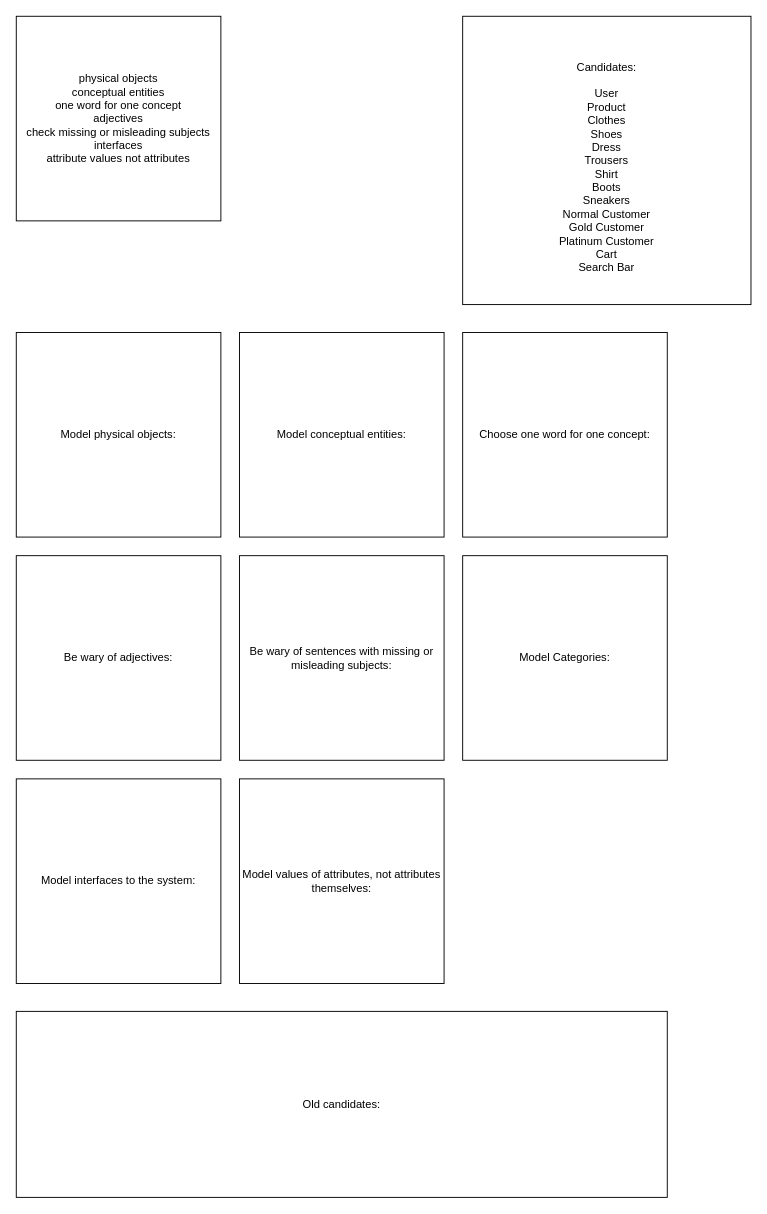
This is SoftCon2020_Assignment_6/ShoppingSW/RDDesign.drawio from HuberNicolas/swc-group38, a draw.io file, before an edit. Source tidied: cells renumbered, new cells numbered last; positions are measured from the earlier drawing's top-left corner, leaving out a move shared by most shapes. Both pictures are drawn from the tidied source at 93%, with x=0, y=0 at pixel (16, 16).
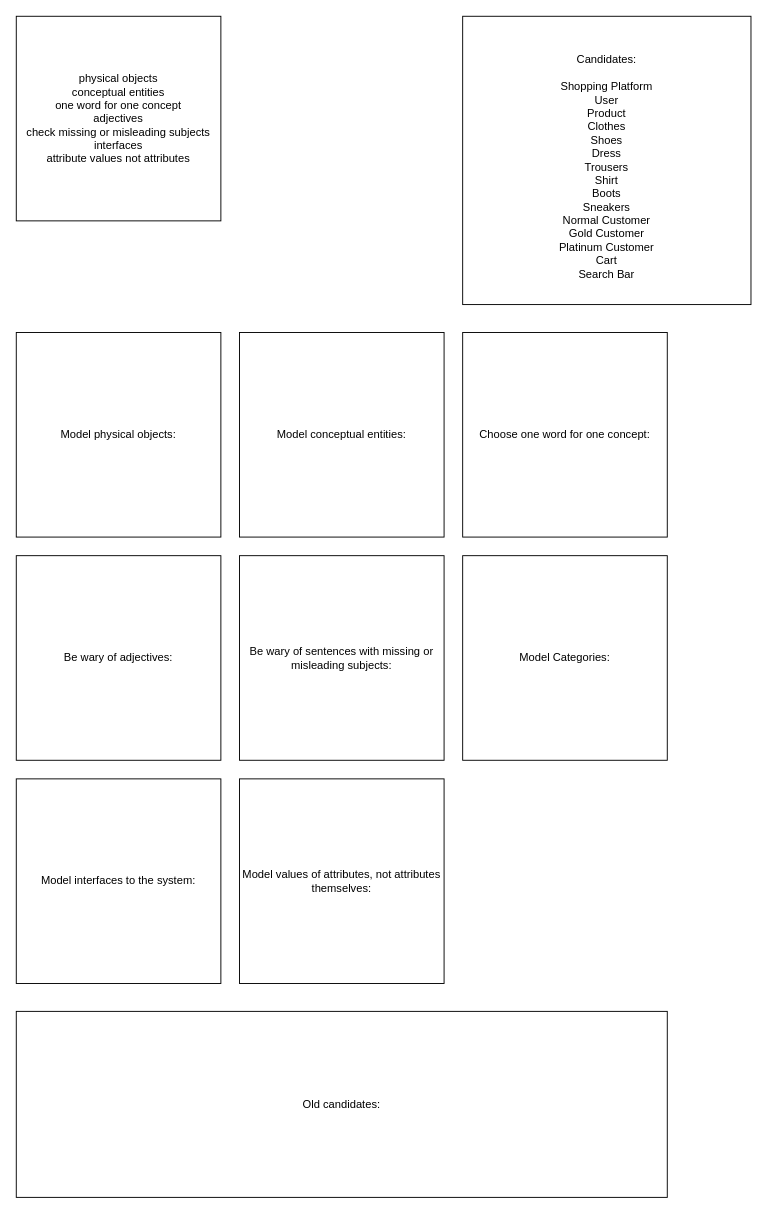
The same page after the edit.

Commit message (it also covers changes not shown here):
Added Shopping Platform

Change to the diagram source:
```diff
@@
 <mxGraphModel>
   <root>
     <mxCell id="0" />
     <mxCell id="1" parent="0" />
     <mxCell id="2" value="Text" style="text;html=1;strokeColor=none;fillColor=none;align=center;verticalAlign=middle;whiteSpace=wrap;rounded=0;" parent="1" vertex="1">
       <mxGeometry x="35" y="50" width="220" height="190" as="geometry" />
     </mxCell>
     <mxCell id="3" value="physical objects&lt;br&gt;conceptual entities&lt;br&gt;one word for one concept&lt;br&gt;adjectives&lt;br&gt;check missing or misleading subjects&lt;br&gt;interfaces&lt;br&gt;attribute values not attributes" style="whiteSpace=wrap;html=1;" parent="1" vertex="1">
       <mxGeometry width="220" height="220" as="geometry" />
     </mxCell>
-    <mxCell id="4" value="&lt;br&gt;Candidates:&lt;br&gt;&lt;br&gt;User&lt;br&gt;Product&lt;br&gt;Clothes&lt;br&gt;Shoes&lt;br&gt;Dress&lt;br&gt;Trousers&lt;br&gt;Shirt&lt;br&gt;Boots&lt;br&gt;Sneakers&lt;br&gt;Normal Customer&lt;br&gt;Gold Customer&lt;br&gt;Platinum Customer&lt;br&gt;Cart&lt;br&gt;Search Bar" style="whiteSpace=wrap;html=1;" parent="1" vertex="1">
+    <mxCell id="4" value="&lt;br&gt;Candidates:&lt;br&gt;&lt;br&gt;Shopping Platform&lt;br&gt;User&lt;br&gt;Product&lt;br&gt;Clothes&lt;br&gt;Shoes&lt;br&gt;Dress&lt;br&gt;Trousers&lt;br&gt;Shirt&lt;br&gt;Boots&lt;br&gt;Sneakers&lt;br&gt;Normal Customer&lt;br&gt;Gold Customer&lt;br&gt;Platinum Customer&lt;br&gt;Cart&lt;br&gt;Search Bar" style="whiteSpace=wrap;html=1;" parent="1" vertex="1">
       <mxGeometry x="480" width="310" height="310" as="geometry" />
     </mxCell>
     <mxCell id="5" value="Model physical objects:" style="whiteSpace=wrap;html=1;" parent="1" vertex="1">
       <mxGeometry y="340" width="220" height="220" as="geometry" />
     </mxCell>
     <mxCell id="6" value="Model conceptual entities:" style="whiteSpace=wrap;html=1;" parent="1" vertex="1">
       <mxGeometry x="240" y="340" width="220" height="220" as="geometry" />
     </mxCell>
     <mxCell id="7" value="Choose one word for one concept:" style="whiteSpace=wrap;html=1;" parent="1" vertex="1">
       <mxGeometry x="480" y="340" width="220" height="220" as="geometry" />
     </mxCell>
     <mxCell id="8" value="Be wary of adjectives:" style="whiteSpace=wrap;html=1;" parent="1" vertex="1">
       <mxGeometry y="580" width="220" height="220" as="geometry" />
     </mxCell>
     <mxCell id="9" value="Be wary of sentences with missing or misleading subjects:" style="whiteSpace=wrap;html=1;" parent="1" vertex="1">
       <mxGeometry x="240" y="580" width="220" height="220" as="geometry" />
     </mxCell>
     <mxCell id="10" value="Model Categories:" style="whiteSpace=wrap;html=1;" parent="1" vertex="1">
       <mxGeometry x="480" y="580" width="220" height="220" as="geometry" />
     </mxCell>
     <mxCell id="11" value="Model values of attributes, not attributes themselves:" style="whiteSpace=wrap;html=1;" parent="1" vertex="1">
       <mxGeometry x="240" y="820" width="220" height="220" as="geometry" />
     </mxCell>
     <mxCell id="12" value="Model interfaces to the system:" style="whiteSpace=wrap;html=1;" parent="1" vertex="1">
       <mxGeometry y="820" width="220" height="220" as="geometry" />
     </mxCell>
     <mxCell id="13" value="Old candidates:&lt;br&gt;" style="rounded=0;whiteSpace=wrap;html=1;" parent="1" vertex="1">
       <mxGeometry y="1070" width="700" height="200" as="geometry" />
     </mxCell>
   </root>
 </mxGraphModel>
```
